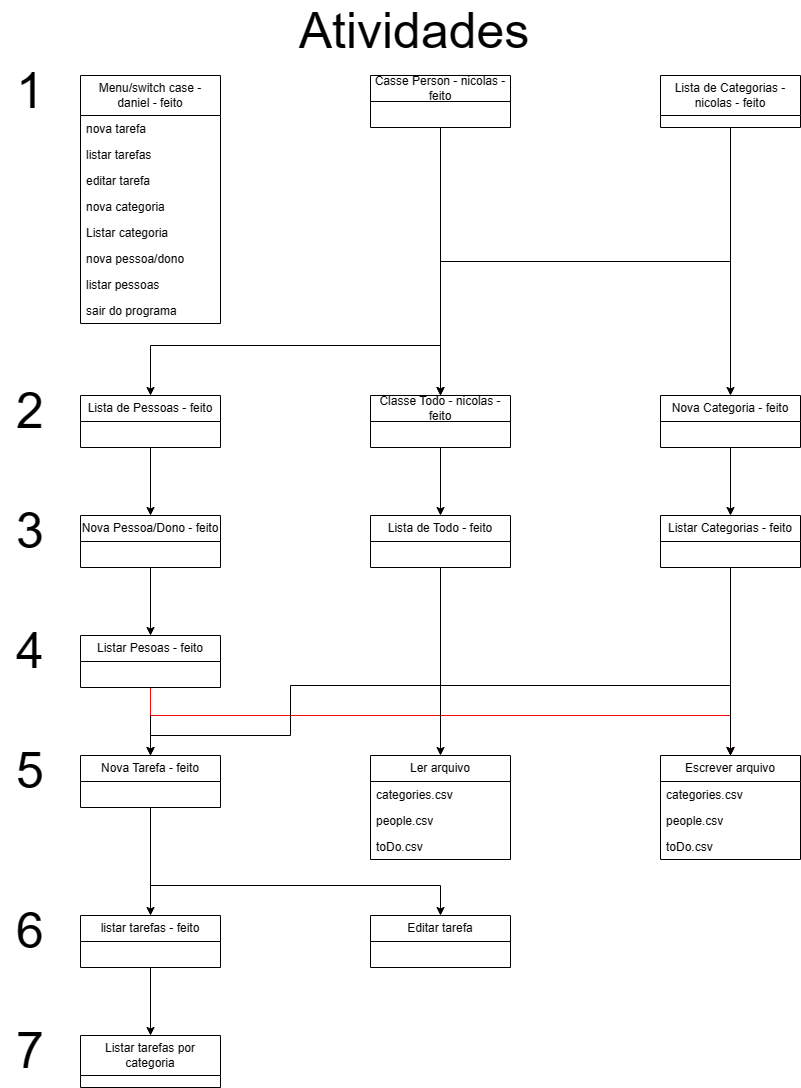
nicolasbalduino/ToDoList keeps this draw.io diagram as images/atividades-toDoList.png. Above is the earlier version. Source tidied: cells renumbered, new cells last; positions are measured from the earlier drawing's top-left corner, leaving out a move shared by most shapes.
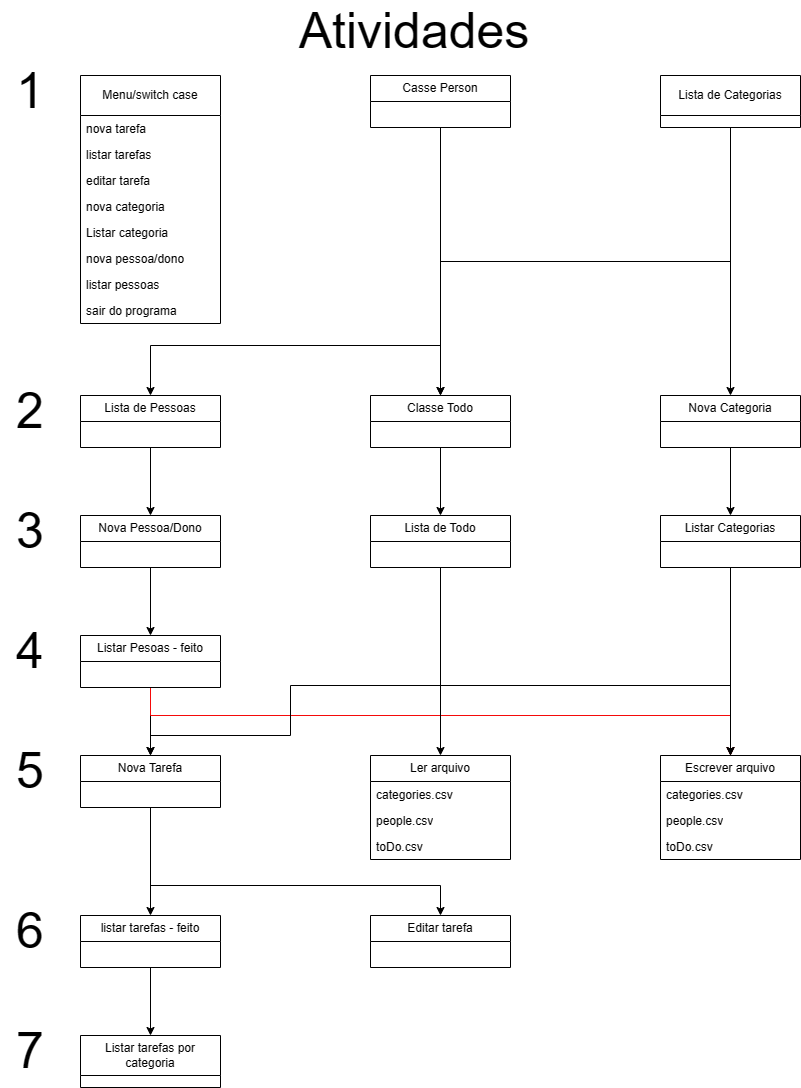
Later version of the same file.

Commit message:
alterada a imagem atividades-toDoList

What changed in the source:
```diff
@@ -2,7 +2,7 @@
   <root>
     <mxCell id="0" />
     <mxCell id="1" parent="0" />
-    <mxCell id="2" value="Menu/switch case - daniel - feito" style="swimlane;fontStyle=0;horizontal=1;startSize=40;fillColor=none;whiteSpace=wrap;html=1;" parent="1" vertex="1">
+    <mxCell id="2" value="Menu/switch case" style="swimlane;fontStyle=0;horizontal=1;startSize=40;fillColor=none;whiteSpace=wrap;html=1;" parent="1" vertex="1">
       <mxGeometry x="80" y="60" width="140" height="248" as="geometry" />
     </mxCell>
     <mxCell id="3" value="nova tarefa" style="text;strokeColor=none;fillColor=none;align=left;verticalAlign=top;spacingLeft=4;spacingRight=4;overflow=hidden;whiteSpace=wrap;html=1;" parent="2" vertex="1">
@@ -32,7 +32,7 @@
     <mxCell id="11" style="edgeStyle=orthogonalEdgeStyle;rounded=0;jettySize=auto;html=1;exitX=0.5;exitY=1;exitDx=0;exitDy=0;entryX=0.5;entryY=0;entryDx=0;entryDy=0;" parent="1" edge="1" source="12" target="52">
       <mxGeometry relative="1" as="geometry" />
     </mxCell>
-    <mxCell id="12" value="Classe Todo - nicolas - feito" style="swimlane;fontStyle=0;horizontal=1;startSize=26;fillColor=none;whiteSpace=wrap;html=1;" parent="1" vertex="1">
+    <mxCell id="12" value="Classe Todo" style="swimlane;fontStyle=0;horizontal=1;startSize=26;fillColor=none;whiteSpace=wrap;html=1;" parent="1" vertex="1">
       <mxGeometry x="370" y="380" width="140" height="52" as="geometry" />
     </mxCell>
     <mxCell id="13" style="edgeStyle=orthogonalEdgeStyle;rounded=0;jettySize=auto;html=1;exitX=0.5;exitY=1;exitDx=0;exitDy=0;entryX=0.5;entryY=0;entryDx=0;entryDy=0;" parent="1" edge="1" source="15" target="12">
@@ -46,7 +46,7 @@
         </Array>
       </mxGeometry>
     </mxCell>
-    <mxCell id="15" value="Casse Person - nicolas - feito" style="swimlane;fontStyle=0;horizontal=1;startSize=26;fillColor=none;whiteSpace=wrap;html=1;" parent="1" vertex="1">
+    <mxCell id="15" value="Casse Person" style="swimlane;fontStyle=0;horizontal=1;startSize=26;fillColor=none;whiteSpace=wrap;html=1;" parent="1" vertex="1">
       <mxGeometry x="370" y="60" width="140" height="52" as="geometry" />
     </mxCell>
     <mxCell id="16" style="edgeStyle=orthogonalEdgeStyle;rounded=0;jettySize=auto;html=1;exitX=0.5;exitY=1;exitDx=0;exitDy=0;entryX=0.5;entryY=0;entryDx=0;entryDy=0;" parent="1" edge="1" source="18" target="12">
@@ -55,7 +55,7 @@
     <mxCell id="17" style="edgeStyle=orthogonalEdgeStyle;rounded=0;jettySize=auto;html=1;exitX=0.5;exitY=1;exitDx=0;exitDy=0;entryX=0.5;entryY=0;entryDx=0;entryDy=0;" parent="1" edge="1" source="18" target="45">
       <mxGeometry relative="1" as="geometry" />
     </mxCell>
-    <mxCell id="18" value="Lista de Categorias - nicolas - feito" style="swimlane;fontStyle=0;horizontal=1;startSize=40;fillColor=none;whiteSpace=wrap;html=1;" parent="1" vertex="1">
+    <mxCell id="18" value="Lista de Categorias" style="swimlane;fontStyle=0;horizontal=1;startSize=40;fillColor=none;whiteSpace=wrap;html=1;" parent="1" vertex="1">
       <mxGeometry x="660" y="60" width="140" height="52" as="geometry" />
     </mxCell>
     <mxCell id="19" value="Escrever arquivo" style="swimlane;fontStyle=0;horizontal=1;startSize=26;fillColor=none;whiteSpace=wrap;html=1;" parent="1" vertex="1">
@@ -106,7 +106,7 @@
     <mxCell id="34" style="edgeStyle=orthogonalEdgeStyle;rounded=0;jettySize=auto;html=1;exitX=0.5;exitY=1;exitDx=0;exitDy=0;entryX=0.5;entryY=0;entryDx=0;entryDy=0;" parent="1" edge="1" source="35" target="54">
       <mxGeometry relative="1" as="geometry" />
     </mxCell>
-    <mxCell id="35" value="Lista de Pessoas - feito" style="swimlane;fontStyle=0;horizontal=1;startSize=26;fillColor=none;whiteSpace=wrap;html=1;" parent="1" vertex="1">
+    <mxCell id="35" value="Lista de Pessoas" style="swimlane;fontStyle=0;horizontal=1;startSize=26;fillColor=none;whiteSpace=wrap;html=1;" parent="1" vertex="1">
       <mxGeometry x="80" y="380" width="140" height="52" as="geometry" />
     </mxCell>
     <mxCell id="36" style="edgeStyle=orthogonalEdgeStyle;rounded=0;jettySize=auto;html=1;exitX=0.5;exitY=1;exitDx=0;exitDy=0;entryX=0.5;entryY=0;entryDx=0;entryDy=0;" parent="1" edge="1" source="38" target="43">
@@ -140,19 +140,19 @@
         </Array>
       </mxGeometry>
     </mxCell>
-    <mxCell id="43" value="Nova Tarefa - feito" style="swimlane;fontStyle=0;horizontal=1;startSize=26;fillColor=none;whiteSpace=wrap;html=1;" parent="1" vertex="1">
+    <mxCell id="43" value="Nova Tarefa" style="swimlane;fontStyle=0;horizontal=1;startSize=26;fillColor=none;whiteSpace=wrap;html=1;" parent="1" vertex="1">
       <mxGeometry x="80" y="740" width="140" height="52" as="geometry" />
     </mxCell>
     <mxCell id="44" style="edgeStyle=orthogonalEdgeStyle;rounded=0;jettySize=auto;html=1;exitX=0.5;exitY=1;exitDx=0;exitDy=0;entryX=0.5;entryY=0;entryDx=0;entryDy=0;" parent="1" edge="1" source="45" target="47">
       <mxGeometry relative="1" as="geometry" />
     </mxCell>
-    <mxCell id="45" value="Nova Categoria - feito" style="swimlane;fontStyle=0;horizontal=1;startSize=26;fillColor=none;whiteSpace=wrap;html=1;" parent="1" vertex="1">
+    <mxCell id="45" value="Nova Categoria" style="swimlane;fontStyle=0;horizontal=1;startSize=26;fillColor=none;whiteSpace=wrap;html=1;" parent="1" vertex="1">
       <mxGeometry x="660" y="380" width="140" height="52" as="geometry" />
     </mxCell>
     <mxCell id="46" style="edgeStyle=orthogonalEdgeStyle;rounded=0;jettySize=auto;html=1;exitX=0.5;exitY=1;exitDx=0;exitDy=0;entryX=0.5;entryY=0;entryDx=0;entryDy=0;" parent="1" edge="1" source="47" target="19">
       <mxGeometry relative="1" as="geometry" />
     </mxCell>
-    <mxCell id="47" value="Listar Categorias - feito" style="swimlane;fontStyle=0;horizontal=1;startSize=26;fillColor=none;whiteSpace=wrap;html=1;" parent="1" vertex="1">
+    <mxCell id="47" value="Listar Categorias" style="swimlane;fontStyle=0;horizontal=1;startSize=26;fillColor=none;whiteSpace=wrap;html=1;" parent="1" vertex="1">
       <mxGeometry x="660" y="500" width="140" height="52" as="geometry" />
     </mxCell>
     <mxCell id="48" value="&lt;font style=&quot;font-size: 50px;&quot;&gt;5&lt;/font&gt;" style="text;html=1;strokeColor=none;fillColor=none;align=center;verticalAlign=middle;whiteSpace=wrap;rounded=0;" parent="1" vertex="1">
@@ -179,13 +179,13 @@
         </Array>
       </mxGeometry>
     </mxCell>
-    <mxCell id="52" value="Lista de Todo - feito" style="swimlane;fontStyle=0;horizontal=1;startSize=26;fillColor=none;whiteSpace=wrap;html=1;" parent="1" vertex="1">
+    <mxCell id="52" value="Lista de Todo" style="swimlane;fontStyle=0;horizontal=1;startSize=26;fillColor=none;whiteSpace=wrap;html=1;" parent="1" vertex="1">
       <mxGeometry x="370" y="500" width="140" height="52" as="geometry" />
     </mxCell>
     <mxCell id="53" style="edgeStyle=orthogonalEdgeStyle;rounded=0;jettySize=auto;html=1;exitX=0.5;exitY=1;exitDx=0;exitDy=0;entryX=0.5;entryY=0;entryDx=0;entryDy=0;" parent="1" edge="1" source="54" target="38">
       <mxGeometry relative="1" as="geometry" />
     </mxCell>
-    <mxCell id="54" value="Nova Pessoa/Dono - feito" style="swimlane;fontStyle=0;horizontal=1;startSize=26;fillColor=none;whiteSpace=wrap;html=1;" parent="1" vertex="1">
+    <mxCell id="54" value="Nova Pessoa/Dono" style="swimlane;fontStyle=0;horizontal=1;startSize=26;fillColor=none;whiteSpace=wrap;html=1;" parent="1" vertex="1">
       <mxGeometry x="80" y="500" width="140" height="52" as="geometry" />
     </mxCell>
     <mxCell id="55" value="&lt;font style=&quot;font-size: 50px;&quot;&gt;6&lt;/font&gt;" style="text;html=1;strokeColor=none;fillColor=none;align=center;verticalAlign=middle;whiteSpace=wrap;rounded=0;" parent="1" vertex="1">
```
